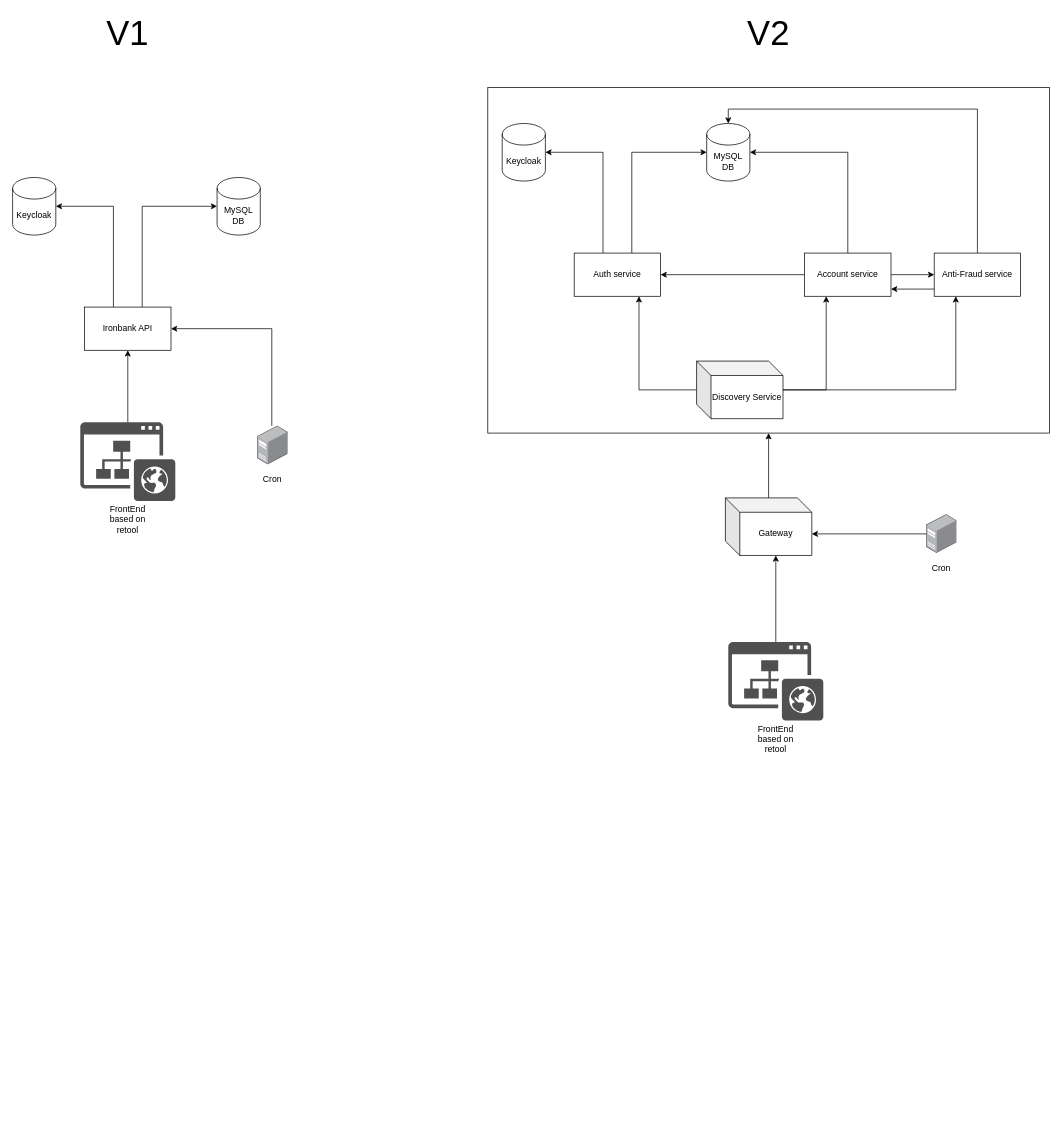
J3-PT-Java-Bootcamp/alejandroarraiza-ironbank keeps this draw.io diagram as docs/ironbank-system-diagram.drawio. Above is the earlier version. Source tidied: cells renumbered, new cells numbered last; positions are measured from the earlier drawing's top-left corner, leaving out a move shared by most shapes. Both pictures are drawn from the tidied source at 72%, with x=0, y=0 at pixel (12, 22).
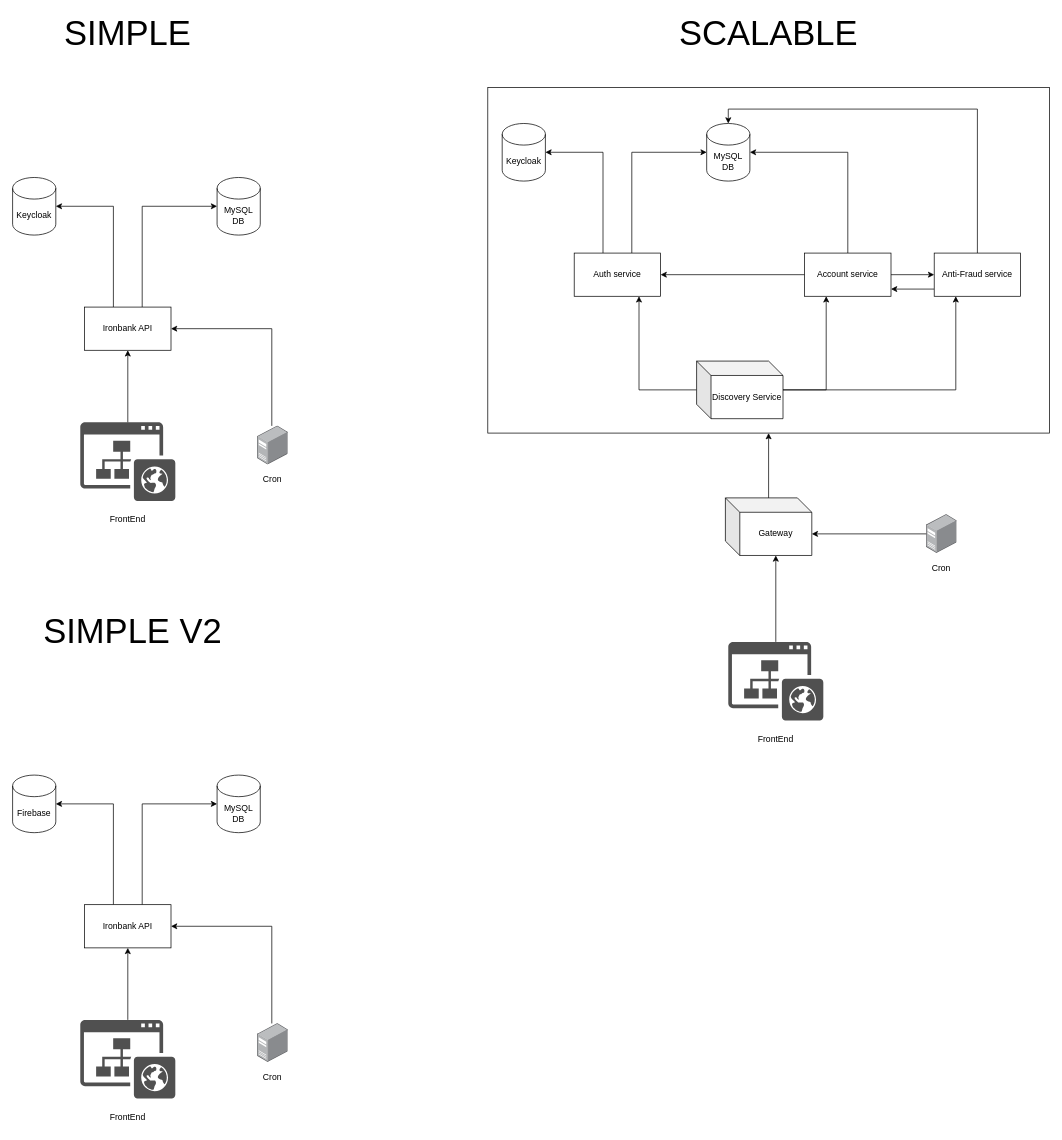
Above is the later version.

Unchanged cells that the change refers to:
```xml
<mxCell id="27" style="group;" parent="1" vertex="1">
  <mxGeometry x="94" y="555" width="132" height="150" as="geometry" />
</mxCell>
<mxCell id="31" style="group;" parent="1" vertex="1">
  <mxGeometry x="994" y="860" width="132" height="150" as="geometry" />
</mxCell>
```

What changed in the source:
```diff
@@
-    <mxCell id="29" value="FrontEnd based on retool" style="text;html=1;strokeColor=none;fillColor=none;align=center;verticalAlign=middle;whiteSpace=wrap;rounded=0;" parent="27" vertex="1">
+    <mxCell id="29" value="FrontEnd" style="text;html=1;strokeColor=none;fillColor=none;align=center;verticalAlign=middle;whiteSpace=wrap;rounded=0;" parent="27" vertex="1">
       <mxGeometry x="36" y="120" width="60" height="30" as="geometry" />
     </mxCell>
@@
-    <mxCell id="33" value="FrontEnd based on retool" style="text;html=1;strokeColor=none;fillColor=none;align=center;verticalAlign=middle;whiteSpace=wrap;rounded=0;" parent="31" vertex="1">
+    <mxCell id="33" value="FrontEnd" style="text;html=1;strokeColor=none;fillColor=none;align=center;verticalAlign=middle;whiteSpace=wrap;rounded=0;" parent="31" vertex="1">
       <mxGeometry x="36" y="120" width="60" height="30" as="geometry" />
     </mxCell>
@@
-    <mxCell id="42" value="&lt;font style=&quot;font-size: 48px;&quot;&gt;V1&lt;/font&gt;" style="text;html=1;strokeColor=none;fillColor=none;align=center;verticalAlign=middle;whiteSpace=wrap;rounded=0;" parent="1" vertex="1">
+    <mxCell id="42" value="&lt;font style=&quot;font-size: 48px;&quot;&gt;SIMPLE&lt;/font&gt;" style="text;html=1;strokeColor=none;fillColor=none;align=center;verticalAlign=middle;whiteSpace=wrap;rounded=0;" parent="1" vertex="1">
       <mxGeometry x="130" width="60" height="30" as="geometry" />
     </mxCell>
-    <mxCell id="43" value="&lt;font style=&quot;font-size: 48px;&quot;&gt;V2&lt;/font&gt;" style="text;html=1;strokeColor=none;fillColor=none;align=center;verticalAlign=middle;whiteSpace=wrap;rounded=0;" parent="1" vertex="1">
+    <mxCell id="43" value="&lt;font style=&quot;font-size: 48px;&quot;&gt;SCALABLE&lt;/font&gt;" style="text;html=1;strokeColor=none;fillColor=none;align=center;verticalAlign=middle;whiteSpace=wrap;rounded=0;" parent="1" vertex="1">
       <mxGeometry x="1020" width="60" height="30" as="geometry" />
     </mxCell>
+    <mxCell id="44" style="edgeStyle=orthogonalEdgeStyle;rounded=0;jettySize=auto;html=1;entryX=0;entryY=0.5;entryDx=0;entryDy=0;entryPerimeter=0;" parent="1" edge="1" source="46" target="47">
+      <mxGeometry relative="1" as="geometry">
+        <Array as="points">
+          <mxPoint x="180" y="1085" />
+        </Array>
+      </mxGeometry>
+    </mxCell>
+    <mxCell id="45" style="edgeStyle=orthogonalEdgeStyle;rounded=0;jettySize=auto;html=1;entryX=1;entryY=0.5;entryDx=0;entryDy=0;entryPerimeter=0;" parent="1" edge="1" source="46" target="48">
+      <mxGeometry relative="1" as="geometry">
+        <Array as="points">
+          <mxPoint x="140" y="1085" />
+        </Array>
+      </mxGeometry>
+    </mxCell>
+    <mxCell id="46" value="Ironbank API" style="rounded=0;whiteSpace=wrap;html=1;" parent="1" vertex="1">
+      <mxGeometry x="100" y="1225" width="120" height="60" as="geometry" />
+    </mxCell>
+    <mxCell id="47" value="MySQL&lt;br&gt;DB" style="shape=cylinder3;whiteSpace=wrap;html=1;boundedLbl=1;backgroundOutline=1;size=15;" parent="1" vertex="1">
+      <mxGeometry x="284" y="1045" width="60" height="80" as="geometry" />
+    </mxCell>
+    <mxCell id="48" value="Firebase" style="shape=cylinder3;whiteSpace=wrap;html=1;boundedLbl=1;backgroundOutline=1;size=15;" parent="1" vertex="1">
+      <mxGeometry y="1045" width="60" height="80" as="geometry" />
+    </mxCell>
+    <mxCell id="49" style="group;" parent="1" vertex="1">
+      <mxGeometry x="94" y="1385" width="132" height="150" as="geometry" />
+    </mxCell>
+    <mxCell id="50" style="sketch=0;shadow=0;dashed=0;html=1;strokeColor=none;fillColor=#505050;labelPosition=center;verticalLabelPosition=bottom;verticalAlign=top;outlineConnect=0;align=center;shape=mxgraph.office.sites.website_public;" parent="49" vertex="1">
+      <mxGeometry width="132" height="109.2" as="geometry" />
+    </mxCell>
+    <mxCell id="51" value="FrontEnd" style="text;html=1;strokeColor=none;fillColor=none;align=center;verticalAlign=middle;whiteSpace=wrap;rounded=0;" parent="49" vertex="1">
+      <mxGeometry x="36" y="120" width="60" height="30" as="geometry" />
+    </mxCell>
+    <mxCell id="52" style="edgeStyle=orthogonalEdgeStyle;rounded=0;jettySize=auto;html=1;entryX=0.5;entryY=1;entryDx=0;entryDy=0;" parent="1" edge="1" source="50" target="46">
+      <mxGeometry relative="1" as="geometry" />
+    </mxCell>
+    <mxCell id="53" style="group;" parent="1" vertex="1">
+      <mxGeometry x="331" y="1390" width="60" height="90" as="geometry" />
+    </mxCell>
+    <mxCell id="54" style="points=[];html=1;align=center;shadow=0;dashed=0;image;image=img/lib/allied_telesis/computer_and_terminals/Server_Desktop.svg;" parent="53" vertex="1">
+      <mxGeometry x="9" width="42.6" height="54" as="geometry" />
+    </mxCell>
+    <mxCell id="55" value="Cron" style="text;html=1;strokeColor=none;fillColor=none;align=center;verticalAlign=middle;whiteSpace=wrap;rounded=0;" parent="53" vertex="1">
+      <mxGeometry y="60" width="60" height="30" as="geometry" />
+    </mxCell>
+    <mxCell id="56" style="edgeStyle=orthogonalEdgeStyle;rounded=0;jettySize=auto;html=1;entryX=1;entryY=0.5;entryDx=0;entryDy=0;" parent="1" edge="1" source="54" target="46">
+      <mxGeometry relative="1" as="geometry">
+        <Array as="points">
+          <mxPoint x="360" y="1255" />
+        </Array>
+      </mxGeometry>
+    </mxCell>
+    <mxCell id="57" value="&lt;font style=&quot;font-size: 48px;&quot;&gt;SIMPLE V2&lt;/font&gt;" style="text;html=1;strokeColor=none;fillColor=none;align=center;verticalAlign=middle;whiteSpace=wrap;rounded=0;" parent="1" vertex="1">
+      <mxGeometry x="12" y="830" width="310" height="30" as="geometry" />
+    </mxCell>
```
